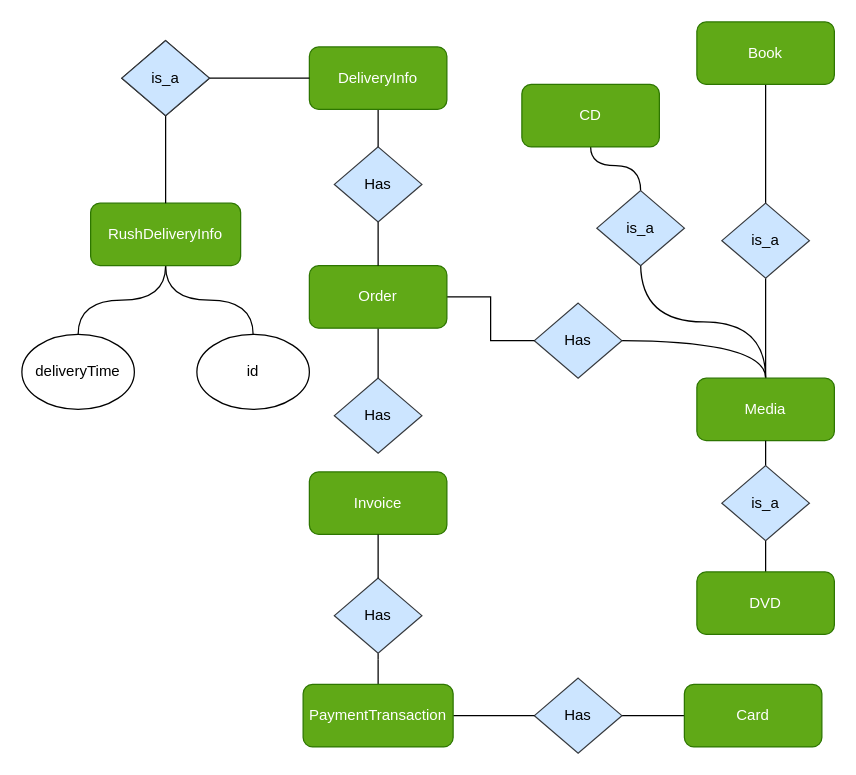
Above: DetailedDesign/DataModeling/ER Diagram.drawio in haa1010/ISD.ICT.20201.20176748.TranThiHang (draw.io), before the change. Source tidied: cells renumbered, new cells numbered last; positions are measured from the earlier drawing's top-left corner, leaving out a move shared by most shapes. Both pictures are drawn from the tidied source at 125%, with x=0, y=0 at pixel (21, 21).
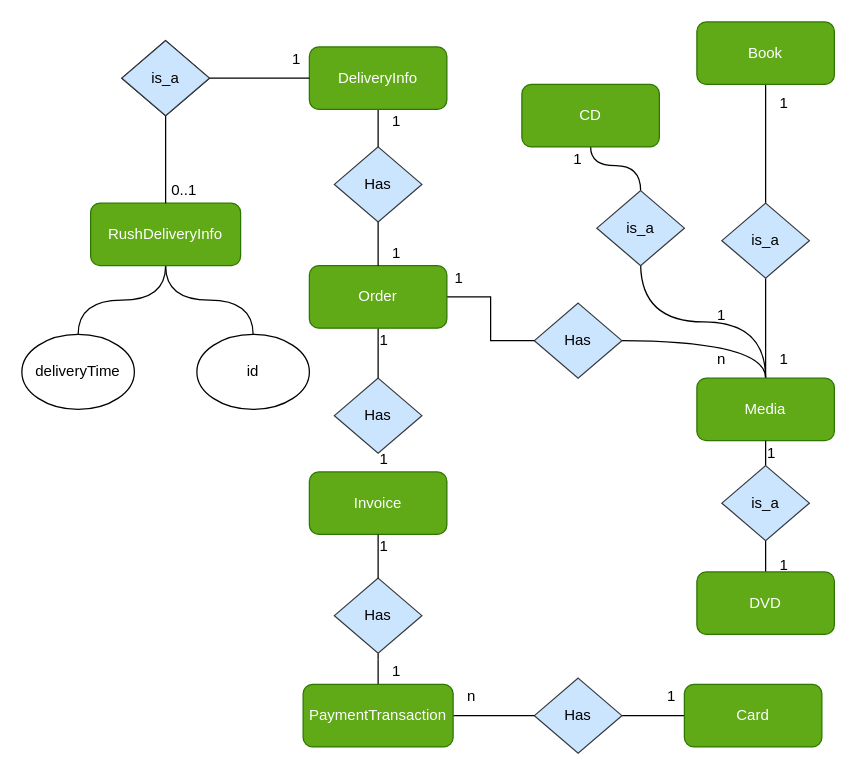
The same page after the edit.

Change to the diagram source:
```diff
@@
+    <mxCell id="45" value="1" style="text;html=1;strokeColor=none;fillColor=none;align=center;verticalAlign=middle;whiteSpace=wrap;rounded=0;" parent="1" vertex="1">
+      <mxGeometry x="280" y="70" width="40" height="20" as="geometry" />
+    </mxCell>
+    <mxCell id="46" value="1" style="text;html=1;strokeColor=none;fillColor=none;align=center;verticalAlign=middle;whiteSpace=wrap;rounded=0;" parent="1" vertex="1">
+      <mxGeometry x="280" y="510" width="40" height="20" as="geometry" />
+    </mxCell>
+    <mxCell id="47" value="1" style="text;html=1;strokeColor=none;fillColor=none;align=center;verticalAlign=middle;whiteSpace=wrap;rounded=0;" parent="1" vertex="1">
+      <mxGeometry x="270" y="410" width="40" height="20" as="geometry" />
+    </mxCell>
+    <mxCell id="48" value="1" style="text;html=1;strokeColor=none;fillColor=none;align=center;verticalAlign=middle;whiteSpace=wrap;rounded=0;" parent="1" vertex="1">
+      <mxGeometry x="330" y="195" width="40" height="20" as="geometry" />
+    </mxCell>
+    <mxCell id="49" value="1" style="text;html=1;strokeColor=none;fillColor=none;align=center;verticalAlign=middle;whiteSpace=wrap;rounded=0;" parent="1" vertex="1">
+      <mxGeometry x="270" y="245" width="40" height="20" as="geometry" />
+    </mxCell>
+    <mxCell id="50" value="1" style="text;html=1;strokeColor=none;fillColor=none;align=center;verticalAlign=middle;whiteSpace=wrap;rounded=0;" parent="1" vertex="1">
+      <mxGeometry x="200" y="20" width="40" height="20" as="geometry" />
+    </mxCell>
+    <mxCell id="51" value="1" style="text;html=1;strokeColor=none;fillColor=none;align=center;verticalAlign=middle;whiteSpace=wrap;rounded=0;" parent="1" vertex="1">
+      <mxGeometry x="270" y="340" width="40" height="20" as="geometry" />
+    </mxCell>
+    <mxCell id="52" value="1" style="text;html=1;strokeColor=none;fillColor=none;align=center;verticalAlign=middle;whiteSpace=wrap;rounded=0;" parent="1" vertex="1">
+      <mxGeometry x="280" y="175" width="40" height="20" as="geometry" />
+    </mxCell>
+    <mxCell id="53" value="1" style="text;html=1;strokeColor=none;fillColor=none;align=center;verticalAlign=middle;whiteSpace=wrap;rounded=0;" parent="1" vertex="1">
+      <mxGeometry x="540" y="225" width="40" height="20" as="geometry" />
+    </mxCell>
+    <mxCell id="54" value="1" style="text;html=1;strokeColor=none;fillColor=none;align=center;verticalAlign=middle;whiteSpace=wrap;rounded=0;" parent="1" vertex="1">
+      <mxGeometry x="580" y="335" width="40" height="20" as="geometry" />
+    </mxCell>
+    <mxCell id="55" value="1" style="text;html=1;strokeColor=none;fillColor=none;align=center;verticalAlign=middle;whiteSpace=wrap;rounded=0;" parent="1" vertex="1">
+      <mxGeometry x="590" y="425" width="40" height="20" as="geometry" />
+    </mxCell>
+    <mxCell id="56" value="1" style="text;html=1;strokeColor=none;fillColor=none;align=center;verticalAlign=middle;whiteSpace=wrap;rounded=0;" parent="1" vertex="1">
+      <mxGeometry x="500" y="530" width="40" height="20" as="geometry" />
+    </mxCell>
+    <mxCell id="57" value="n" style="text;html=1;strokeColor=none;fillColor=none;align=center;verticalAlign=middle;whiteSpace=wrap;rounded=0;" parent="1" vertex="1">
+      <mxGeometry x="340" y="530" width="40" height="20" as="geometry" />
+    </mxCell>
+    <mxCell id="58" value="n" style="text;html=1;strokeColor=none;fillColor=none;align=center;verticalAlign=middle;whiteSpace=wrap;rounded=0;" parent="1" vertex="1">
+      <mxGeometry x="540" y="260" width="40" height="20" as="geometry" />
+    </mxCell>
+    <mxCell id="59" value="1" style="text;html=1;strokeColor=none;fillColor=none;align=center;verticalAlign=middle;whiteSpace=wrap;rounded=0;" parent="1" vertex="1">
+      <mxGeometry x="590" y="55" width="40" height="20" as="geometry" />
+    </mxCell>
+    <mxCell id="60" value="1" style="text;html=1;strokeColor=none;fillColor=none;align=center;verticalAlign=middle;whiteSpace=wrap;rounded=0;" parent="1" vertex="1">
+      <mxGeometry x="425" y="100" width="40" height="20" as="geometry" />
+    </mxCell>
+    <mxCell id="61" value="1" style="text;html=1;strokeColor=none;fillColor=none;align=center;verticalAlign=middle;whiteSpace=wrap;rounded=0;" parent="1" vertex="1">
+      <mxGeometry x="590" y="260" width="40" height="20" as="geometry" />
+    </mxCell>
+    <mxCell id="62" value="0..1" style="text;html=1;strokeColor=none;fillColor=none;align=center;verticalAlign=middle;whiteSpace=wrap;rounded=0;" parent="1" vertex="1">
+      <mxGeometry x="110" y="125" width="40" height="20" as="geometry" />
+    </mxCell>
```
